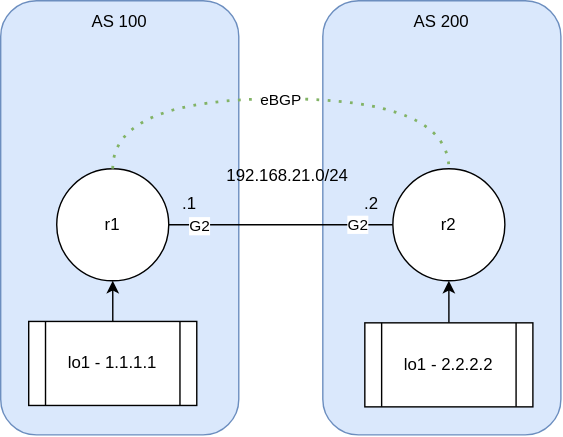
Above: source/_posts/address-family/mpbgp-diagrams-unicast-ipv4.drawio.svg in martyrsmith/martyrsmith.github.io (draw.io), before the change. Source tidied: cells renumbered, new cells last; positions are measured from the earlier drawing's top-left corner, leaving out a move shared by most shapes. The source it was exported from:
```xml
<mxGraphModel>
  <root>
    <mxCell id="0" />
    <mxCell id="1" parent="0" />
    <mxCell id="2" style="rounded=1;whiteSpace=wrap;html=1;fillColor=#dae8fc;strokeColor=#6c8ebf;fontStyle=0;" parent="1" vertex="1">
      <mxGeometry x="230" width="170" height="310" as="geometry" />
    </mxCell>
    <mxCell id="3" style="rounded=1;whiteSpace=wrap;html=1;fillColor=#dae8fc;strokeColor=#6c8ebf;" parent="1" vertex="1">
      <mxGeometry width="170" height="310" as="geometry" />
    </mxCell>
    <mxCell id="4" style="edgeStyle=orthogonalEdgeStyle;rounded=0;jettySize=auto;html=1;exitX=1;exitY=0.5;exitDx=0;exitDy=0;endArrow=none;endFill=0;" parent="1" edge="1" source="7" target="8">
      <mxGeometry relative="1" as="geometry" />
    </mxCell>
    <mxCell id="5" value="G2" style="edgeLabel;html=1;align=center;verticalAlign=middle;" parent="4" vertex="1">
      <mxGeometry x="-0.73" y="-1" relative="1" as="geometry" />
    </mxCell>
    <mxCell id="6" value="G2" style="edgeLabel;html=1;align=center;verticalAlign=middle;" parent="4" vertex="1">
      <mxGeometry x="0.68" y="-2" relative="1" as="geometry">
        <mxPoint y="-2" as="offset" />
      </mxGeometry>
    </mxCell>
    <mxCell id="7" value="r1" style="ellipse;whiteSpace=wrap;html=1;" parent="1" vertex="1">
      <mxGeometry x="40" y="120" width="80" height="80" as="geometry" />
    </mxCell>
    <mxCell id="8" value="r2" style="ellipse;whiteSpace=wrap;html=1;" parent="1" vertex="1">
      <mxGeometry x="280" y="120" width="80" height="80" as="geometry" />
    </mxCell>
    <mxCell id="9" style="edgeStyle=orthogonalEdgeStyle;rounded=0;jettySize=auto;html=1;" parent="1" edge="1" target="7">
      <mxGeometry relative="1" as="geometry">
        <mxPoint x="80" y="230" as="sourcePoint" />
      </mxGeometry>
    </mxCell>
    <mxCell id="10" value="lo1 - 1.1.1.1" style="shape=process;whiteSpace=wrap;html=1;backgroundOutline=1;" parent="1" vertex="1">
      <mxGeometry x="20" y="229" width="120" height="60" as="geometry" />
    </mxCell>
    <mxCell id="11" style="edgeStyle=orthogonalEdgeStyle;rounded=0;jettySize=auto;html=1;" parent="1" edge="1" source="12" target="8">
      <mxGeometry relative="1" as="geometry" />
    </mxCell>
    <mxCell id="12" value="lo1 - 2.2.2.2" style="shape=process;whiteSpace=wrap;html=1;backgroundOutline=1;" parent="1" vertex="1">
      <mxGeometry x="260" y="230" width="120" height="60" as="geometry" />
    </mxCell>
    <mxCell id="13" value="192.168.21.0/24" style="text;html=1;strokeColor=none;fillColor=none;align=center;verticalAlign=middle;whiteSpace=wrap;rounded=0;" parent="1" vertex="1">
      <mxGeometry x="160" y="110" width="90" height="30" as="geometry" />
    </mxCell>
    <mxCell id="14" value=".1" style="text;html=1;strokeColor=none;fillColor=none;align=center;verticalAlign=middle;whiteSpace=wrap;rounded=0;" parent="1" vertex="1">
      <mxGeometry x="120" y="130" width="30" height="30" as="geometry" />
    </mxCell>
    <mxCell id="15" value=".2" style="text;html=1;strokeColor=none;fillColor=none;align=center;verticalAlign=middle;whiteSpace=wrap;rounded=0;" parent="1" vertex="1">
      <mxGeometry x="250" y="130" width="30" height="30" as="geometry" />
    </mxCell>
    <mxCell id="16" value="AS 100" style="text;html=1;strokeColor=none;fillColor=none;align=center;verticalAlign=middle;whiteSpace=wrap;rounded=0;" parent="1" vertex="1">
      <mxGeometry x="55" width="60" height="30" as="geometry" />
    </mxCell>
    <mxCell id="17" style="endArrow=none;dashed=1;html=1;dashPattern=1 3;strokeWidth=2;rounded=0;exitX=0.5;exitY=0;exitDx=0;exitDy=0;entryX=0.5;entryY=0;entryDx=0;entryDy=0;edgeStyle=orthogonalEdgeStyle;curved=1;fillColor=#d5e8d4;strokeColor=#82b366;" parent="1" edge="1" source="7" target="8">
      <mxGeometry relative="1" as="geometry">
        <Array as="points">
          <mxPoint x="80" y="70" />
          <mxPoint x="320" y="70" />
        </Array>
      </mxGeometry>
    </mxCell>
    <mxCell id="18" value="eBGP" style="edgeLabel;html=1;align=center;verticalAlign=middle;" parent="17" vertex="1">
      <mxGeometry y="-1" relative="1" as="geometry" />
    </mxCell>
    <mxCell id="19" value="AS 200" style="text;html=1;strokeColor=none;fillColor=none;align=center;verticalAlign=middle;whiteSpace=wrap;rounded=0;fontStyle=0;" parent="1" vertex="1">
      <mxGeometry x="285" width="60" height="30" as="geometry" />
    </mxCell>
  </root>
</mxGraphModel>
```
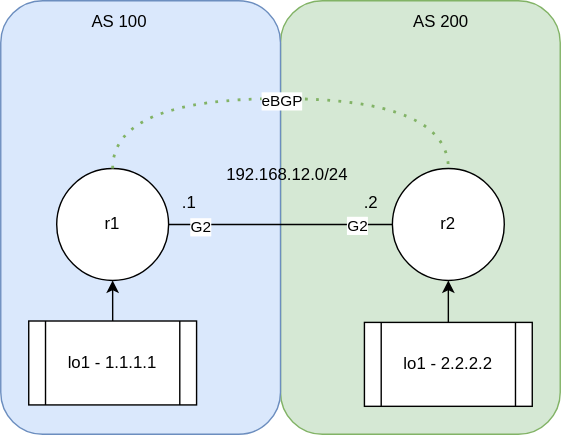
The same file after the commit.

Change to the diagram source:
```diff
@@ -2,11 +2,11 @@
   <root>
     <mxCell id="0" />
     <mxCell id="1" parent="0" />
-    <mxCell id="2" style="rounded=1;whiteSpace=wrap;html=1;fillColor=#dae8fc;strokeColor=#6c8ebf;fontStyle=0;" parent="1" vertex="1">
-      <mxGeometry x="230" width="170" height="310" as="geometry" />
+    <mxCell id="2" style="rounded=1;whiteSpace=wrap;html=1;fillColor=#d5e8d4;strokeColor=#82b366;fontStyle=0;" parent="1" vertex="1">
+      <mxGeometry x="200" width="200" height="310" as="geometry" />
     </mxCell>
     <mxCell id="3" style="rounded=1;whiteSpace=wrap;html=1;fillColor=#dae8fc;strokeColor=#6c8ebf;" parent="1" vertex="1">
-      <mxGeometry width="170" height="310" as="geometry" />
+      <mxGeometry width="200" height="310" as="geometry" />
     </mxCell>
     <mxCell id="4" style="edgeStyle=orthogonalEdgeStyle;rounded=0;jettySize=auto;html=1;exitX=1;exitY=0.5;exitDx=0;exitDy=0;endArrow=none;endFill=0;" parent="1" edge="1" source="7" target="8">
       <mxGeometry relative="1" as="geometry" />
@@ -39,7 +39,7 @@
     <mxCell id="12" value="lo1 - 2.2.2.2" style="shape=process;whiteSpace=wrap;html=1;backgroundOutline=1;" parent="1" vertex="1">
       <mxGeometry x="260" y="230" width="120" height="60" as="geometry" />
     </mxCell>
-    <mxCell id="13" value="192.168.21.0/24" style="text;html=1;strokeColor=none;fillColor=none;align=center;verticalAlign=middle;whiteSpace=wrap;rounded=0;" parent="1" vertex="1">
+    <mxCell id="13" value="192.168.12.0/24" style="text;html=1;strokeColor=none;fillColor=none;align=center;verticalAlign=middle;whiteSpace=wrap;rounded=0;" parent="1" vertex="1">
       <mxGeometry x="160" y="110" width="90" height="30" as="geometry" />
     </mxCell>
     <mxCell id="14" value=".1" style="text;html=1;strokeColor=none;fillColor=none;align=center;verticalAlign=middle;whiteSpace=wrap;rounded=0;" parent="1" vertex="1">
```
